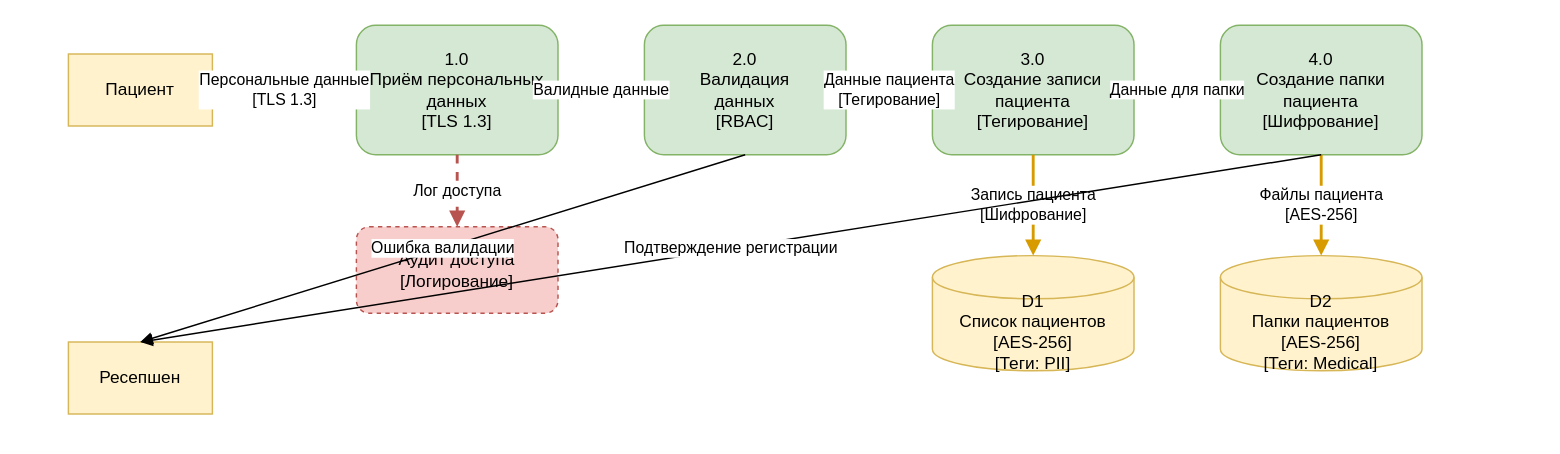
Above: Task1/DFD_Level1_Регистрация_пациента_с_защитой.drawio in practicumstudent2025/architecture-medikamente (draw.io), before the change. Source tidied: cells renumbered, new cells numbered last; positions are measured from the earlier drawing's top-left corner, leaving out a move shared by most shapes. Both pictures are drawn from the tidied source at 144%, with x=0, y=0 at pixel (68, 24).
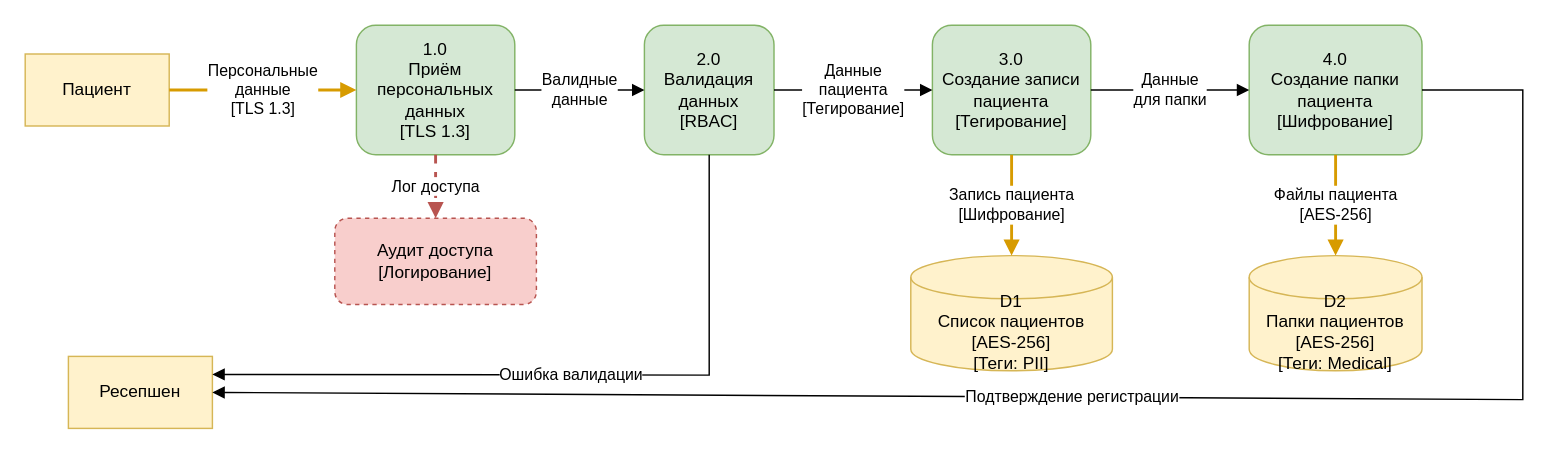
The same diagram, later.

Commit message:
Обновления файлов

What changed in the source:
```diff
@@
     <mxCell id="2" value="Пациент" style="rounded=0;whiteSpace=wrap;html=1;fillColor=#fff2cc;strokeColor=#d6b656;" parent="1" vertex="1">
-      <mxGeometry y="20" width="100" height="50" as="geometry" />
+      <mxGeometry x="-30" y="20" width="100" height="50" as="geometry" />
     </mxCell>
     <mxCell id="3" value="Ресепшен" style="rounded=0;whiteSpace=wrap;html=1;fillColor=#fff2cc;strokeColor=#d6b656;" parent="1" vertex="1">
-      <mxGeometry y="220" width="100" height="50" as="geometry" />
+      <mxGeometry y="230" width="100" height="50" as="geometry" />
     </mxCell>
     <mxCell id="4" value="1.0&#10;Приём персональных&#10;данных&#10;[TLS 1.3]" style="rounded=1;whiteSpace=wrap;html=1;fillColor=#d5e8d4;strokeColor=#82b366;" parent="1" vertex="1">
-      <mxGeometry x="200" width="140" height="90" as="geometry" />
+      <mxGeometry x="200" width="110" height="90" as="geometry" />
     </mxCell>
     <mxCell id="5" value="2.0&#10;Валидация&#10;данных&#10;[RBAC]" style="rounded=1;whiteSpace=wrap;html=1;fillColor=#d5e8d4;strokeColor=#82b366;" parent="1" vertex="1">
-      <mxGeometry x="400" width="140" height="90" as="geometry" />
+      <mxGeometry x="400" width="90" height="90" as="geometry" />
     </mxCell>
     <mxCell id="6" value="3.0&#10;Создание записи&#10;пациента&#10;[Тегирование]" style="rounded=1;whiteSpace=wrap;html=1;fillColor=#d5e8d4;strokeColor=#82b366;" parent="1" vertex="1">
-      <mxGeometry x="600" width="140" height="90" as="geometry" />
+      <mxGeometry x="600" width="110" height="90" as="geometry" />
     </mxCell>
     <mxCell id="7" value="4.0&#10;Создание папки&#10;пациента&#10;[Шифрование]" style="rounded=1;whiteSpace=wrap;html=1;fillColor=#d5e8d4;strokeColor=#82b366;" parent="1" vertex="1">
-      <mxGeometry x="800" width="140" height="90" as="geometry" />
+      <mxGeometry x="820" width="120" height="90" as="geometry" />
     </mxCell>
     <mxCell id="8" value="Аудит доступа&#10;[Логирование]" style="rounded=1;whiteSpace=wrap;html=1;fillColor=#f8cecc;strokeColor=#b85450;dashed=1;" parent="1" vertex="1">
-      <mxGeometry x="200" y="140" width="140" height="60" as="geometry" />
+      <mxGeometry x="185" y="134" width="140" height="60" as="geometry" />
     </mxCell>
     <mxCell id="9" value="D1&#10;Список пациентов&#10;[AES-256]&#10;[Теги: PII]" style="shape=cylinder3;whiteSpace=wrap;html=1;boundedLbl=1;backgroundOutline=1;size=15;fillColor=#fff2cc;strokeColor=#d6b656;" parent="1" vertex="1">
-      <mxGeometry x="600" y="160" width="140" height="80" as="geometry" />
+      <mxGeometry x="585" y="160" width="140" height="80" as="geometry" />
     </mxCell>
     <mxCell id="10" value="D2&#10;Папки пациентов&#10;[AES-256]&#10;[Теги: Medical]" style="shape=cylinder3;whiteSpace=wrap;html=1;boundedLbl=1;backgroundOutline=1;size=15;fillColor=#fff2cc;strokeColor=#d6b656;" parent="1" vertex="1">
-      <mxGeometry x="800" y="160" width="140" height="80" as="geometry" />
+      <mxGeometry x="820" y="160" width="120" height="80" as="geometry" />
     </mxCell>
-    <mxCell id="11" value="Персональные данные&#10;[TLS 1.3]" style="endArrow=block;endFill=1;html=1;rounded=0;exitX=1;exitY=0.5;exitDx=0;exitDy=0;entryX=0;entryY=0.5;entryDx=0;entryDy=0;strokeColor=#d79b00;strokeWidth=2;" parent="1" edge="1" source="2" target="4">
+    <mxCell id="11" value="Персональные &lt;br&gt;данные&lt;br&gt;[TLS 1.3]" style="endArrow=block;endFill=1;html=1;rounded=0;exitX=1;exitY=0.5;exitDx=0;exitDy=0;entryX=0;entryY=0.5;entryDx=0;entryDy=0;strokeColor=#d79b00;strokeWidth=2;" parent="1" edge="1" source="2" target="4">
       <mxGeometry relative="1" as="geometry" />
     </mxCell>
-    <mxCell id="12" value="Валидные данные" style="endArrow=block;endFill=1;html=1;rounded=0;exitX=1;exitY=0.5;exitDx=0;exitDy=0;entryX=0;entryY=0.5;entryDx=0;entryDy=0;" parent="1" edge="1" source="4" target="5">
+    <mxCell id="12" value="Валидные &lt;br&gt;данные" style="endArrow=block;endFill=1;html=1;rounded=0;exitX=1;exitY=0.5;exitDx=0;exitDy=0;entryX=0;entryY=0.5;entryDx=0;entryDy=0;" parent="1" edge="1" source="4" target="5">
       <mxGeometry relative="1" as="geometry" />
     </mxCell>
-    <mxCell id="13" value="Данные пациента&#10;[Тегирование]" style="endArrow=block;endFill=1;html=1;rounded=0;exitX=1;exitY=0.5;exitDx=0;exitDy=0;entryX=0;entryY=0.5;entryDx=0;entryDy=0;" parent="1" edge="1" source="5" target="6">
+    <mxCell id="13" value="Данные &lt;br&gt;пациента&lt;br&gt;[Тегирование]" style="endArrow=block;endFill=1;html=1;rounded=0;exitX=1;exitY=0.5;exitDx=0;exitDy=0;entryX=0;entryY=0.5;entryDx=0;entryDy=0;" parent="1" edge="1" source="5" target="6">
       <mxGeometry relative="1" as="geometry" />
     </mxCell>
@@
-    <mxCell id="15" value="Данные для папки" style="endArrow=block;endFill=1;html=1;rounded=0;exitX=1;exitY=0.5;exitDx=0;exitDy=0;entryX=0;entryY=0.5;entryDx=0;entryDy=0;" parent="1" edge="1" source="6" target="7">
+    <mxCell id="15" value="Данные &lt;br&gt;для папки" style="endArrow=block;endFill=1;html=1;rounded=0;exitX=1;exitY=0.5;exitDx=0;exitDy=0;entryX=0;entryY=0.5;entryDx=0;entryDy=0;" parent="1" edge="1" source="6" target="7">
       <mxGeometry relative="1" as="geometry" />
     </mxCell>
@@
-    <mxCell id="17" value="Ошибка валидации" style="endArrow=block;endFill=1;html=1;rounded=0;exitX=0.5;exitY=1;exitDx=0;exitDy=0;entryX=0.5;entryY=0;entryDx=0;entryDy=0;" parent="1" edge="1" source="5" target="3">
-      <mxGeometry relative="1" as="geometry" />
+    <mxCell id="17" value="Ошибка валидации" style="endArrow=block;endFill=1;html=1;rounded=0;exitX=0.5;exitY=1;exitDx=0;exitDy=0;entryX=1;entryY=0.25;entryDx=0;entryDy=0;" parent="1" edge="1" source="5" target="3">
+      <mxGeometry relative="1" as="geometry">
+        <Array as="points">
+          <mxPoint x="445" y="243" />
+        </Array>
+      </mxGeometry>
     </mxCell>
-    <mxCell id="18" value="Подтверждение регистрации" style="endArrow=block;endFill=1;html=1;rounded=0;exitX=0.5;exitY=1;exitDx=0;exitDy=0;entryX=0.5;entryY=0;entryDx=0;entryDy=0;" parent="1" edge="1" source="7" target="3">
-      <mxGeometry relative="1" as="geometry" />
+    <mxCell id="18" value="Подтверждение регистрации" style="endArrow=block;endFill=1;html=1;rounded=0;exitX=1;exitY=0.5;exitDx=0;exitDy=0;entryX=1;entryY=0.5;entryDx=0;entryDy=0;" parent="1" edge="1" source="7" target="3">
+      <mxGeometry relative="1" as="geometry">
+        <Array as="points">
+          <mxPoint x="1010" y="45" />
+          <mxPoint x="1010" y="260" />
+        </Array>
+      </mxGeometry>
     </mxCell>
```
